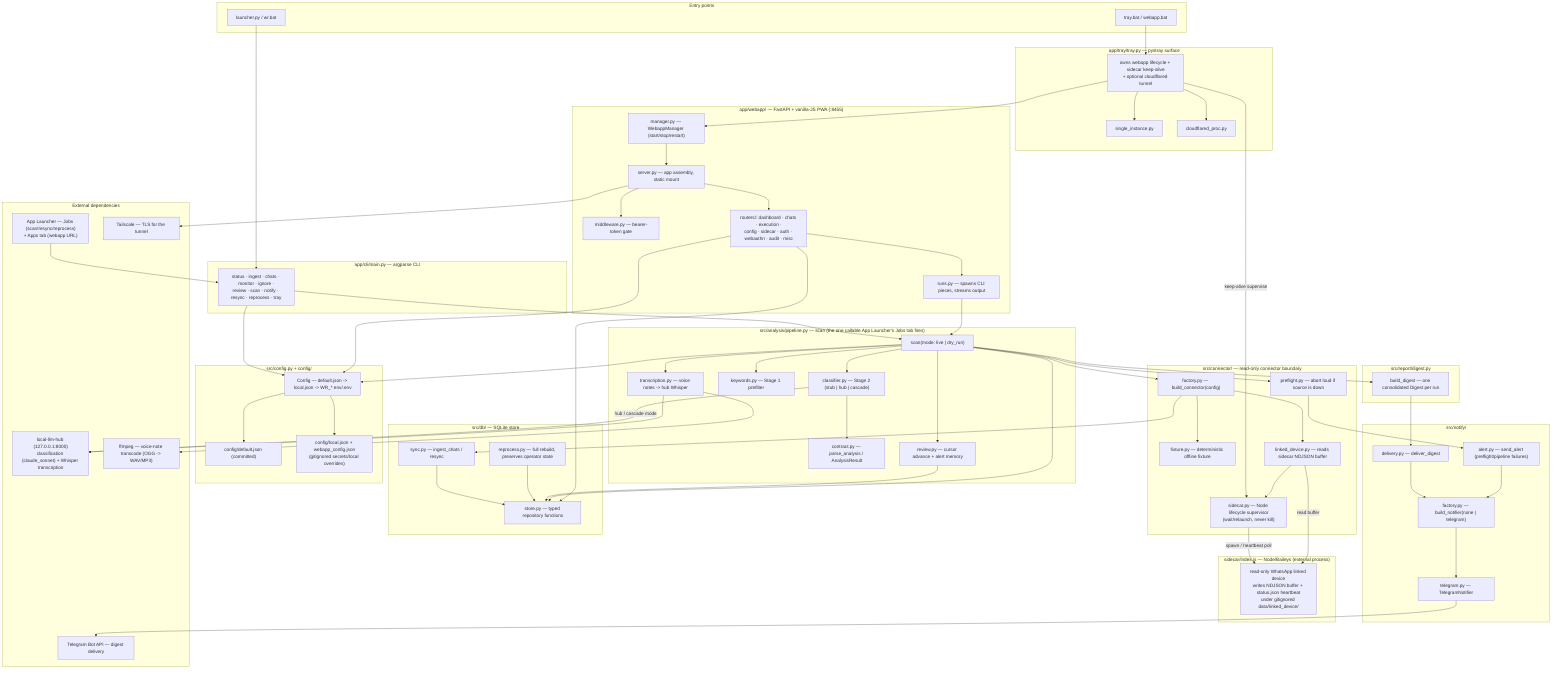
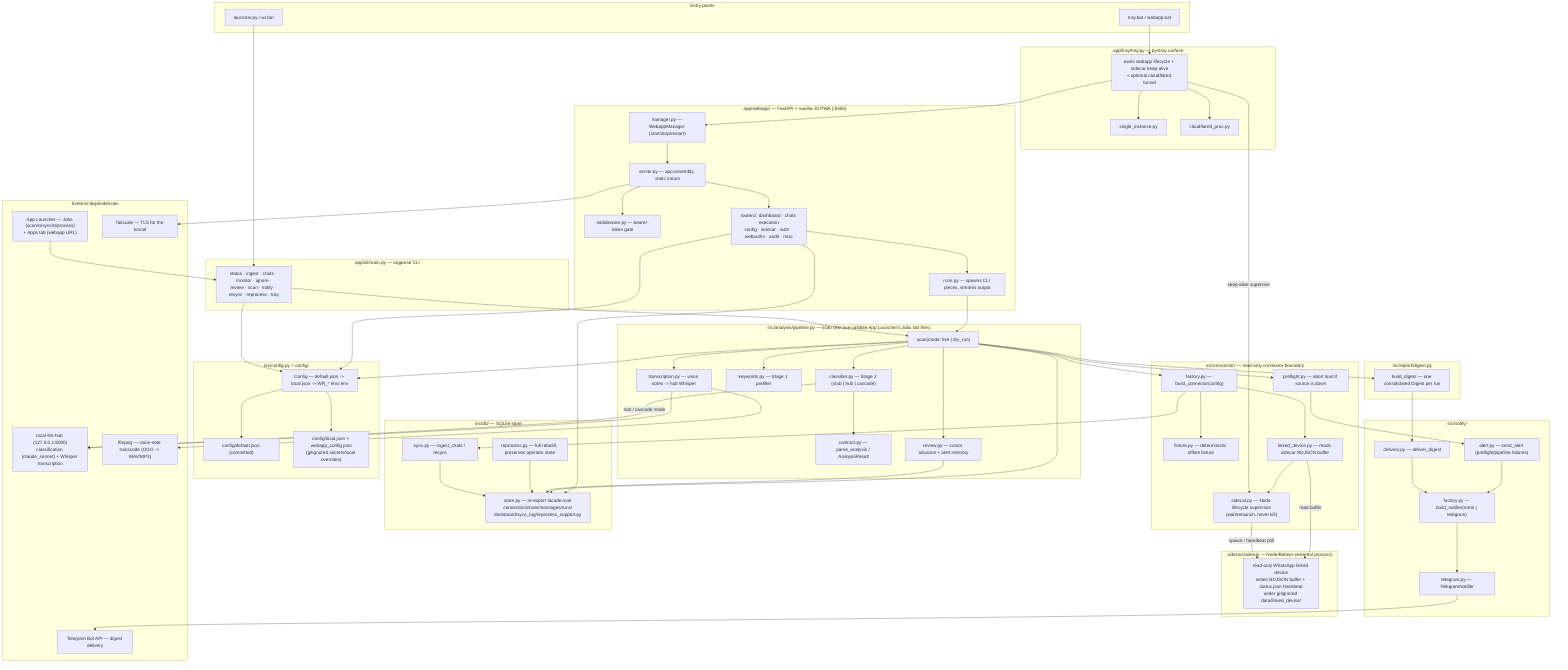
%% docs/architecture.mmd — whatsapp-radar's own internal structure.
%% Hand-authored, not generated (unlike fleet-config's mechanically-aggregated
%% fleet-wide `/system-map`) — this repo's own internal shape is semantic and
%% can't be crawled the same way. Update this diagram in the same PR as any
%% material structural change (a connector added, a pipeline stage moved, a
%% router split) — same anti-staleness contract as this repo's `.fleet.toml`
%% `description` field. See fleet-config's `CLAUDE.md` ("Every repo carries a
%% `.fleet.toml`") for the general convention (ferraroroberto/fleet-config#256).

flowchart TB
  subgraph entry["Entry points"]
    LAUNCHER["launcher.py / wr.bat"]
    TRAYBAT["tray.bat / webapp.bat"]
  end

  subgraph cli["app/cli/main.py — argparse CLI"]
    CLICMDS["status · ingest · chats · monitor · ignore ·\nreview · scan · notify · resync · reprocess · tray"]
  end
  LAUNCHER --> CLICMDS

  subgraph tray["app/tray/tray.py — pystray surface"]
    TRAYPY["owns webapp lifecycle + sidecar keep-alive\n+ optional cloudflared tunnel"]
    SINGLEINST["single_instance.py"]
    CLOUDFLARED["cloudflared_proc.py"]
  end
  TRAYBAT --> TRAYPY
  TRAYPY --> SINGLEINST
  TRAYPY --> CLOUDFLARED

  subgraph webapp["app/webapp/ — FastAPI + vanilla-JS PWA (:8455)"]
    SERVER["server.py — app assembly, static mount"]
    MANAGER["manager.py — WebappManager (start/stop/restart)"]
    MIDDLEWARE["middleware.py — bearer-token gate"]
    RUNS["runs.py — spawns CLI pieces, streams output"]
    ROUTERS["routers/: dashboard · chats · execution ·\nconfig · sidecar · auth · webauthn · audit · misc"]
  end
  TRAYPY --> MANAGER
  MANAGER --> SERVER
  SERVER --> MIDDLEWARE
  SERVER --> ROUTERS
  ROUTERS --> RUNS

  subgraph pipeline["src/analysis/pipeline.py — scan (the one callable App Launcher's Jobs tab fires)"]
    SCAN["scan(mode: live | dry_run)"]
    TRANSCRIBE["transcription.py — voice notes -> hub Whisper"]
    KEYWORDS["keywords.py — Stage 1 prefilter"]
    CLASSIFIER["classifier.py — Stage 2 (stub | hub | cascade)"]
    CONTRACT["contract.py — parse_analysis / AnalysisResult"]
    REVIEW["review.py — cursor advance + alert memory"]
  end
  CLICMDS --> SCAN
  RUNS --> SCAN
  SCAN --> TRANSCRIBE
  SCAN --> KEYWORDS
  SCAN --> CLASSIFIER
  CLASSIFIER --> CONTRACT
  SCAN --> REVIEW

  subgraph connector["src/connector/ — read-only connector boundary"]
    CFACTORY["factory.py — build_connector(config)"]
    FIXTURE["fixture.py — deterministic offline fixture"]
    LINKED["linked_device.py — reads sidecar NDJSON buffer"]
    SIDECARPY["sidecar.py — Node lifecycle supervisor\n(wait/relaunch, never kill)"]
    PREFLIGHT["preflight.py — abort loud if source is down"]
  end
  SCAN --> CFACTORY
  CFACTORY --> FIXTURE
  CFACTORY --> LINKED
  SCAN --> PREFLIGHT
  TRAYPY -->|keep-alive supervise| SIDECARPY
  LINKED --> SIDECARPY

  subgraph sidecarnode["sidecar/index.js — Node/Baileys (external process)"]
    BAILEYS["read-only WhatsApp linked device\nwrites NDJSON buffer + status.json heartbeat\nunder gitignored data/linked_device/"]
  end
  SIDECARPY -->|spawn / heartbeat poll| BAILEYS
  LINKED -->|read buffer| BAILEYS

  subgraph db["src/db/ — SQLite store"]
-     STORE["store.py — typed repository functions"]
+     STORE["store.py — re-export facade over\nconnection/chats/messages/runs/\ndashboard/sync_log/reprocess_support.py"]
    SYNC["sync.py — ingest_chats / resync"]
    REPROCESS["reprocess.py — full rebuild, preserves operator state"]
  end
  CFACTORY --> SYNC
  SYNC --> STORE
  REPROCESS --> STORE
  REVIEW --> STORE
  SCAN --> STORE
  ROUTERS --> STORE

  subgraph report["src/report/digest.py"]
    DIGEST["build_digest — one consolidated Digest per run"]
  end
  SCAN --> DIGEST

  subgraph notify["src/notify/"]
    NFACTORY["factory.py — build_notifier(none | telegram)"]
    DELIVERY["delivery.py — deliver_digest"]
    ALERT["alert.py — send_alert (preflight/pipeline failures)"]
    TELEGRAM["telegram.py — TelegramNotifier"]
  end
  DIGEST --> DELIVERY
  DELIVERY --> NFACTORY
  NFACTORY --> TELEGRAM
  PREFLIGHT --> ALERT
  ALERT --> NFACTORY

  subgraph config["src/config.py + config/"]
    CONFIGPY["Config — default.json -> local.json -> WR_* env/.env"]
    DEFAULTJSON["config/default.json (committed)"]
    LOCALJSON["config/local.json + webapp_config.json\n(gitignored secrets/local overrides)"]
  end
  CLICMDS --> CONFIGPY
  SCAN --> CONFIGPY
  ROUTERS --> CONFIGPY
  CONFIGPY --> DEFAULTJSON
  CONFIGPY --> LOCALJSON

  subgraph ext["External dependencies"]
    HUB["local-llm-hub (127.0.0.1:8000)\nclassification (claude_sonnet) + Whisper transcription"]
    TELEGRAMAPI["Telegram Bot API — digest delivery"]
    APPLAUNCHER["App Launcher — Jobs (scan/resync/reprocess)\n+ Apps tab (webapp URL)"]
    TAILSCALE["Tailscale — TLS for the tunnel"]
    FFMPEG["ffmpeg — voice-note transcode (OGG -> WAV/MP3)"]
  end
  CLASSIFIER -->|hub / cascade mode| HUB
  TRANSCRIBE --> HUB
  TELEGRAM --> TELEGRAMAPI
  APPLAUNCHER --> CLICMDS
  SERVER --> TAILSCALE
  TRANSCRIBE --> FFMPEG
